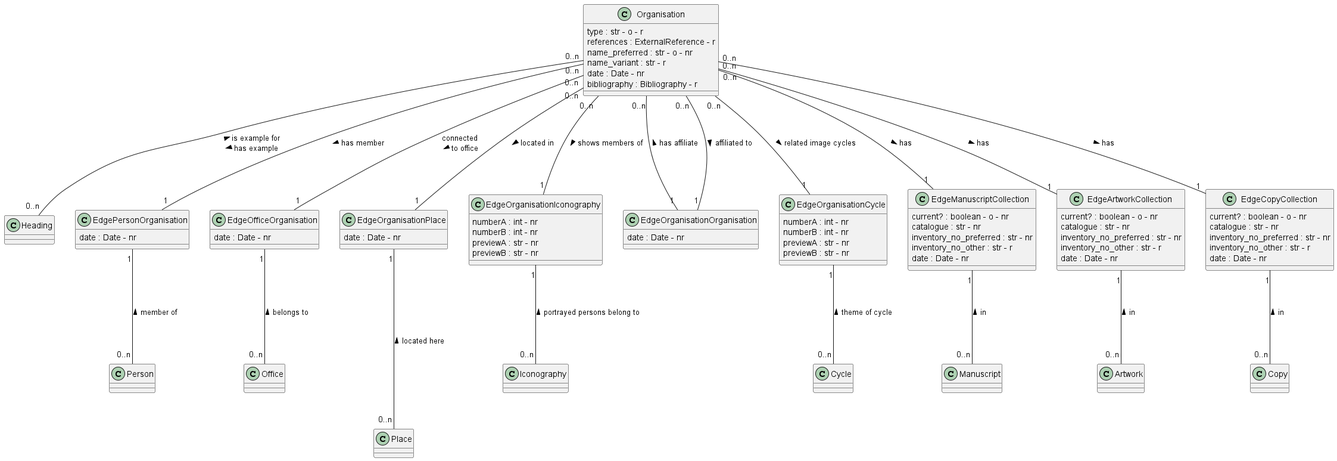
The PlantUML diagram documentation/class_diagrams/Organisation.png in tmasch/bpf_be, before a commit.
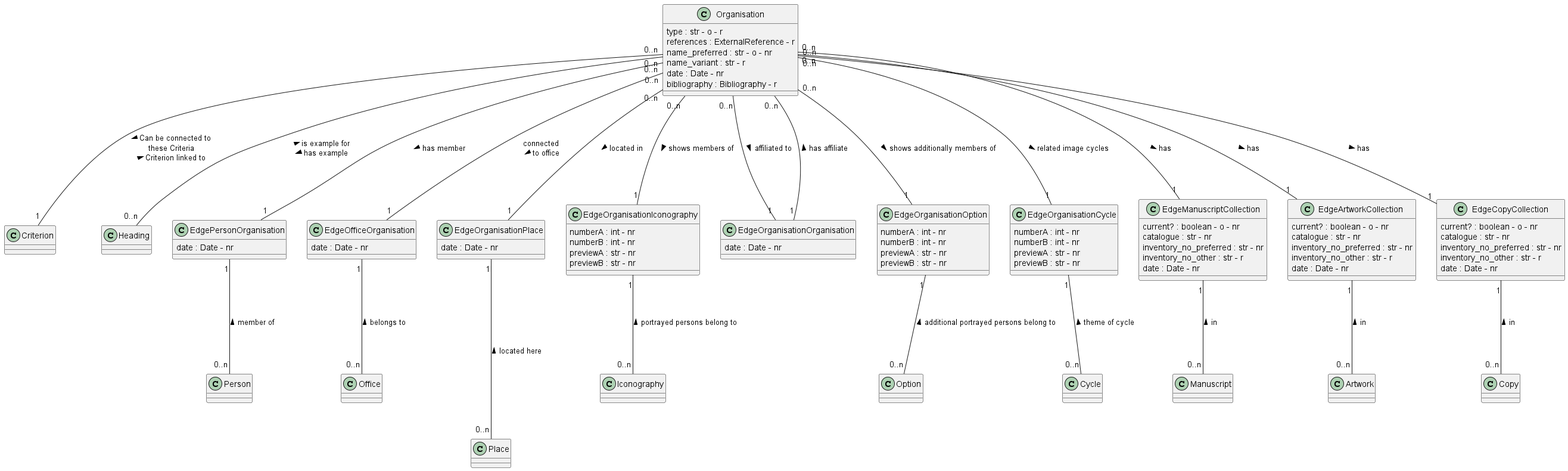
The same file after the commit.

Commit message:
class Organisation corrected, class Person added (maybe the most complex class).

The edit, as a diff of the source:
```diff
@@ -15,6 +15,11 @@
 class Place
 
 class Iconography
+
+class Option
+
+class Criterion
+
 
 class Cycle
 
@@ -45,6 +50,12 @@
 EdgeOrganisationIconography : numberB : int - nr
 EdgeOrganisationIconography : previewA : str - nr
 EdgeOrganisationIconography : previewB : str - nr
+
+class EdgeOrganisationOption
+EdgeOrganisationOption : numberA : int - nr
+EdgeOrganisationOption : numberB : int - nr
+EdgeOrganisationOption : previewA : str - nr
+EdgeOrganisationOption : previewB : str - nr
 
 class EdgeOrganisationCycle
 EdgeOrganisationCycle : numberA : int - nr
@@ -91,6 +102,11 @@
 Organisation "0..n" --- "1" EdgeOrganisationIconography : shows members of >
 EdgeOrganisationIconography "1" --- "0..n" Iconography : portrayed persons belong to <
 
+Organisation "0..n" --- "1" EdgeOrganisationOption : shows additionally members of >
+EdgeOrganisationOption "1" --- "0..n" Option : additional portrayed persons belong to <
+
+Organisation "0..n" --- "1" Criterion : > Can be connected to \n these Criteria \n Criterion linked to <
+
 Organisation "0..n" --- "1" EdgeOrganisationCycle : related image cycles >
 EdgeOrganisationCycle "1" --- "0..n" Cycle : theme of cycle <
 
```
